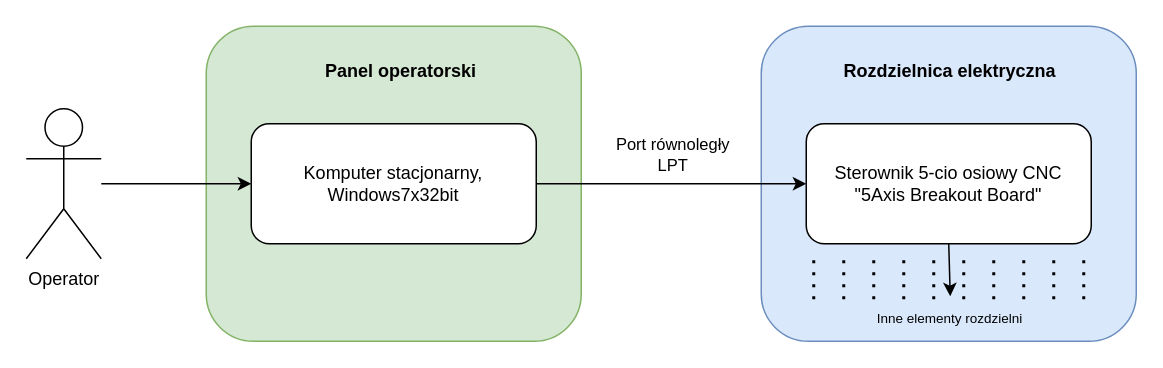
Before: pod_ele.drawio in TheKureq/TheKureq, a draw.io diagram. Source tidied: cells renumbered, new cells numbered last; positions are measured from the earlier drawing's top-left corner, leaving out a move shared by most shapes. Both pictures are drawn from the tidied source at 150%, with x=0, y=0 at pixel (26, 26). Pictures stored in the file or linked from it are replaced by grey dashed boxes.
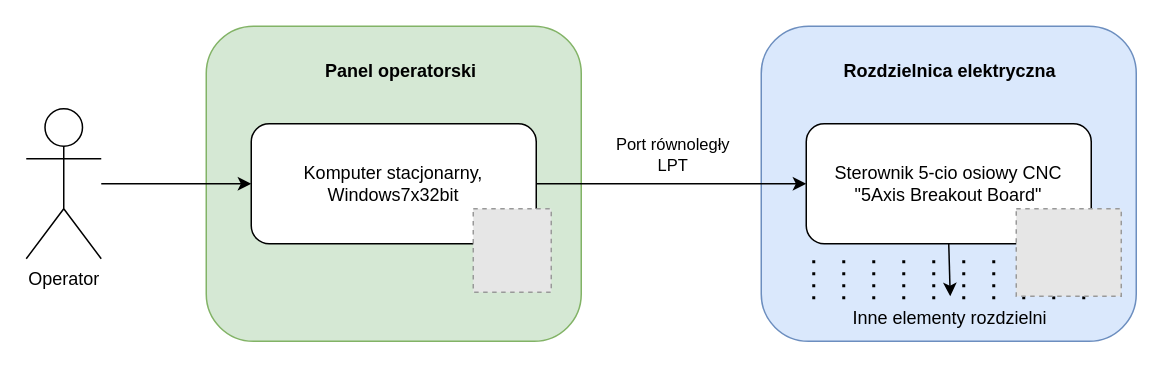
After the change.

Change to the diagram source:
```diff
@@
-    <mxCell id="22" value="Inne elementy rozdzielni" style="text;html=1;strokeColor=none;fillColor=none;align=center;verticalAlign=middle;whiteSpace=wrap;rounded=0;fontSize=9;" parent="1" vertex="1">
+    <mxCell id="22" value="Inne elementy rozdzielni" style="text;html=1;strokeColor=none;fillColor=none;align=center;verticalAlign=middle;whiteSpace=wrap;rounded=0;fontSize=12;" parent="1" vertex="1">
       <mxGeometry x="521" y="180" width="190" height="30" as="geometry" />
     </mxCell>
@@
+    <mxCell id="24" style="fillColor=#E6E6E6;strokeColor=#999999;dashed=1;verticalLabelPosition=bottom;labelBackgroundColor=default;verticalAlign=top;" parent="1" vertex="1">
+      <mxGeometry x="660" y="121.7" width="70" height="58.3" as="geometry" />
+    </mxCell>
+    <mxCell id="25" style="fillColor=#E6E6E6;strokeColor=#999999;dashed=1;verticalLabelPosition=bottom;labelBackgroundColor=default;verticalAlign=top;" parent="1" vertex="1">
+      <mxGeometry x="298" y="121.7" width="52" height="55.6" as="geometry" />
+    </mxCell>
```
